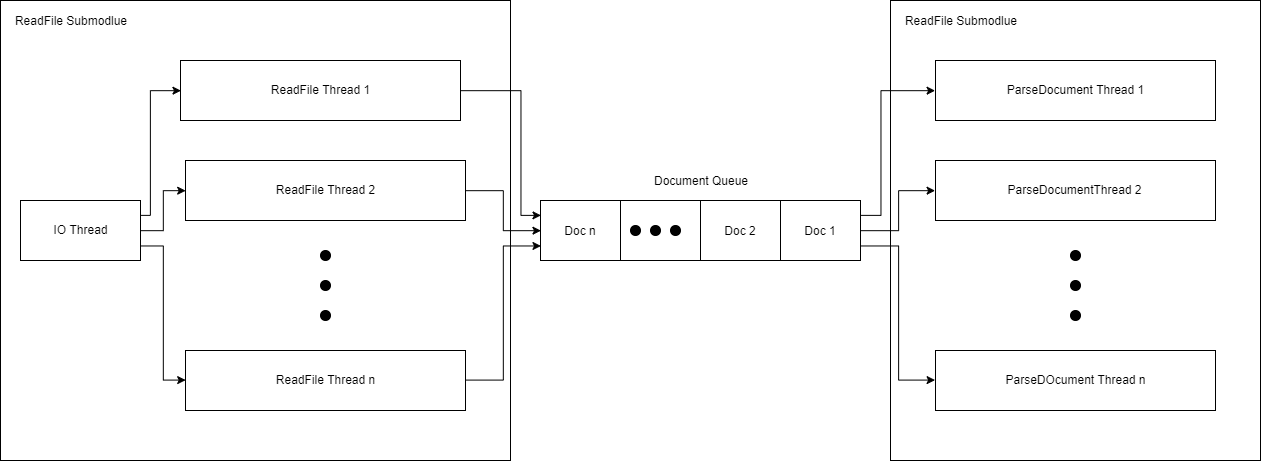
Earlier version of the draw.io export doc/diagrams/Parse Module.png (Zshoham/Scobo-Engine). Source tidied: cells renumbered, new cells last; positions are measured from the earlier drawing's top-left corner, leaving out a move shared by most shapes. Its diagram source:
```xml
<mxGraphModel>
  <root>
    <mxCell id="0" />
    <mxCell id="1" parent="0" />
    <mxCell id="2" style="rounded=0;whiteSpace=wrap;html=1;" parent="1" vertex="1">
      <mxGeometry width="510" height="460" as="geometry" />
    </mxCell>
    <mxCell id="3" value="ReadFile Submodlue" style="text;html=1;strokeColor=none;fillColor=none;align=center;verticalAlign=middle;whiteSpace=wrap;rounded=0;" parent="1" vertex="1">
      <mxGeometry x="10" y="10" width="120" height="20" as="geometry" />
    </mxCell>
    <mxCell id="4" style="edgeStyle=orthogonalEdgeStyle;rounded=0;jettySize=auto;html=1;exitX=1;exitY=0.5;exitDx=0;exitDy=0;entryX=0;entryY=0.25;entryDx=0;entryDy=0;" parent="1" edge="1" source="5" target="21">
      <mxGeometry relative="1" as="geometry">
        <Array as="points">
          <mxPoint x="520" y="90" />
          <mxPoint x="520" y="215" />
        </Array>
      </mxGeometry>
    </mxCell>
    <mxCell id="5" value="ReadFile Thread 1" style="rounded=0;whiteSpace=wrap;html=1;" parent="1" vertex="1">
      <mxGeometry x="180" y="60" width="280" height="60" as="geometry" />
    </mxCell>
    <mxCell id="6" style="edgeStyle=orthogonalEdgeStyle;rounded=0;jettySize=auto;html=1;entryX=0;entryY=0.5;entryDx=0;entryDy=0;" parent="1" edge="1" source="7" target="21">
      <mxGeometry relative="1" as="geometry" />
    </mxCell>
    <mxCell id="7" value="ReadFile Thread 2" style="rounded=0;whiteSpace=wrap;html=1;" parent="1" vertex="1">
      <mxGeometry x="185" y="160" width="280" height="60" as="geometry" />
    </mxCell>
    <mxCell id="8" style="edgeStyle=orthogonalEdgeStyle;rounded=0;jettySize=auto;html=1;entryX=0;entryY=0.75;entryDx=0;entryDy=0;" parent="1" edge="1" source="9" target="21">
      <mxGeometry relative="1" as="geometry" />
    </mxCell>
    <mxCell id="9" value="ReadFile Thread n" style="rounded=0;whiteSpace=wrap;html=1;" parent="1" vertex="1">
      <mxGeometry x="185" y="350" width="280" height="60" as="geometry" />
    </mxCell>
    <mxCell id="10" style="rounded=0;whiteSpace=wrap;html=1;" parent="1" vertex="1">
      <mxGeometry x="890" width="370" height="460" as="geometry" />
    </mxCell>
    <mxCell id="11" value="ReadFile Submodlue" style="text;html=1;strokeColor=none;fillColor=none;align=center;verticalAlign=middle;whiteSpace=wrap;rounded=0;" parent="1" vertex="1">
      <mxGeometry x="900" y="10" width="120" height="20" as="geometry" />
    </mxCell>
    <mxCell id="12" value="ParseDocument Thread 1" style="rounded=0;whiteSpace=wrap;html=1;" parent="1" vertex="1">
      <mxGeometry x="935" y="60" width="280" height="60" as="geometry" />
    </mxCell>
    <mxCell id="13" value="ParseDocumentThread 2" style="rounded=0;whiteSpace=wrap;html=1;" parent="1" vertex="1">
      <mxGeometry x="935" y="160" width="280" height="60" as="geometry" />
    </mxCell>
    <mxCell id="14" value="ParseDOcument Thread n" style="rounded=0;whiteSpace=wrap;html=1;" parent="1" vertex="1">
      <mxGeometry x="935" y="350" width="280" height="60" as="geometry" />
    </mxCell>
    <mxCell id="15" style="ellipse;whiteSpace=wrap;html=1;fillColor=#000000;" parent="1" vertex="1">
      <mxGeometry x="1070" y="250" width="10" height="10" as="geometry" />
    </mxCell>
    <mxCell id="16" style="ellipse;whiteSpace=wrap;html=1;fillColor=#000000;direction=south;" parent="1" vertex="1">
      <mxGeometry x="1070" y="280" width="10" height="10" as="geometry" />
    </mxCell>
    <mxCell id="17" style="ellipse;whiteSpace=wrap;html=1;fillColor=#000000;" parent="1" vertex="1">
      <mxGeometry x="1070" y="310" width="10" height="10" as="geometry" />
    </mxCell>
    <mxCell id="18" style="edgeStyle=orthogonalEdgeStyle;rounded=0;jettySize=auto;html=1;exitX=1;exitY=0.25;exitDx=0;exitDy=0;entryX=0;entryY=0.5;entryDx=0;entryDy=0;" parent="1" edge="1" source="21" target="12">
      <mxGeometry relative="1" as="geometry">
        <Array as="points">
          <mxPoint x="880" y="215" />
          <mxPoint x="880" y="90" />
        </Array>
      </mxGeometry>
    </mxCell>
    <mxCell id="19" style="edgeStyle=orthogonalEdgeStyle;rounded=0;jettySize=auto;html=1;exitX=1;exitY=0.5;exitDx=0;exitDy=0;entryX=0;entryY=0.5;entryDx=0;entryDy=0;" parent="1" edge="1" source="21" target="13">
      <mxGeometry relative="1" as="geometry" />
    </mxCell>
    <mxCell id="20" style="edgeStyle=orthogonalEdgeStyle;rounded=0;jettySize=auto;html=1;exitX=1;exitY=0.75;exitDx=0;exitDy=0;entryX=0;entryY=0.5;entryDx=0;entryDy=0;" parent="1" edge="1" source="21" target="14">
      <mxGeometry relative="1" as="geometry" />
    </mxCell>
    <mxCell id="21" style="rounded=0;whiteSpace=wrap;html=1;fillColor=#FFFFFF;" parent="1" vertex="1">
      <mxGeometry x="540" y="200" width="320" height="60" as="geometry" />
    </mxCell>
    <mxCell id="22" value="Document Queue" style="text;html=1;strokeColor=none;fillColor=none;align=center;verticalAlign=middle;whiteSpace=wrap;rounded=0;" parent="1" vertex="1">
      <mxGeometry x="645" y="170" width="110" height="20" as="geometry" />
    </mxCell>
    <mxCell id="23" style="endArrow=none;html=1;exitX=0.75;exitY=1;exitDx=0;exitDy=0;entryX=0.75;entryY=0;entryDx=0;entryDy=0;" parent="1" edge="1" source="21" target="21">
      <mxGeometry relative="1" as="geometry" />
    </mxCell>
    <mxCell id="24" style="endArrow=none;html=1;exitX=0.5;exitY=1;exitDx=0;exitDy=0;entryX=0.5;entryY=0;entryDx=0;entryDy=0;" parent="1" edge="1" source="21" target="21">
      <mxGeometry relative="1" as="geometry" />
    </mxCell>
    <mxCell id="25" style="endArrow=none;html=1;exitX=0.25;exitY=1;exitDx=0;exitDy=0;entryX=0.25;entryY=0;entryDx=0;entryDy=0;" parent="1" edge="1" source="21" target="21">
      <mxGeometry relative="1" as="geometry" />
    </mxCell>
    <mxCell id="26" style="ellipse;whiteSpace=wrap;html=1;fillColor=#000000;" parent="1" vertex="1">
      <mxGeometry x="630" y="225" width="10" height="10" as="geometry" />
    </mxCell>
    <mxCell id="27" style="ellipse;whiteSpace=wrap;html=1;fillColor=#000000;" parent="1" vertex="1">
      <mxGeometry x="650" y="225" width="10" height="10" as="geometry" />
    </mxCell>
    <mxCell id="28" style="ellipse;whiteSpace=wrap;html=1;fillColor=#000000;" parent="1" vertex="1">
      <mxGeometry x="670" y="225" width="10" height="10" as="geometry" />
    </mxCell>
    <mxCell id="29" style="ellipse;whiteSpace=wrap;html=1;fillColor=#000000;" parent="1" vertex="1">
      <mxGeometry x="320" y="250" width="10" height="10" as="geometry" />
    </mxCell>
    <mxCell id="30" style="ellipse;whiteSpace=wrap;html=1;fillColor=#000000;direction=south;" parent="1" vertex="1">
      <mxGeometry x="320" y="280" width="10" height="10" as="geometry" />
    </mxCell>
    <mxCell id="31" style="ellipse;whiteSpace=wrap;html=1;fillColor=#000000;" parent="1" vertex="1">
      <mxGeometry x="320" y="310" width="10" height="10" as="geometry" />
    </mxCell>
    <mxCell id="32" value="Doc 1" style="text;html=1;strokeColor=none;fillColor=none;align=center;verticalAlign=middle;whiteSpace=wrap;rounded=0;" parent="1" vertex="1">
      <mxGeometry x="800" y="220" width="40" height="20" as="geometry" />
    </mxCell>
    <mxCell id="33" value="Doc 2" style="text;html=1;strokeColor=none;fillColor=none;align=center;verticalAlign=middle;whiteSpace=wrap;rounded=0;" parent="1" vertex="1">
      <mxGeometry x="720" y="220" width="40" height="20" as="geometry" />
    </mxCell>
    <mxCell id="34" value="Doc n" style="text;html=1;strokeColor=none;fillColor=none;align=center;verticalAlign=middle;whiteSpace=wrap;rounded=0;" parent="1" vertex="1">
      <mxGeometry x="560" y="220" width="40" height="20" as="geometry" />
    </mxCell>
    <mxCell id="35" style="edgeStyle=orthogonalEdgeStyle;rounded=0;jettySize=auto;html=1;exitX=1;exitY=0.25;exitDx=0;exitDy=0;entryX=0;entryY=0.5;entryDx=0;entryDy=0;" parent="1" edge="1" source="38" target="5">
      <mxGeometry relative="1" as="geometry">
        <Array as="points">
          <mxPoint x="150" y="215" />
          <mxPoint x="150" y="90" />
        </Array>
      </mxGeometry>
    </mxCell>
    <mxCell id="36" style="edgeStyle=orthogonalEdgeStyle;rounded=0;jettySize=auto;html=1;exitX=1;exitY=0.5;exitDx=0;exitDy=0;entryX=0;entryY=0.5;entryDx=0;entryDy=0;" parent="1" edge="1" source="38" target="7">
      <mxGeometry relative="1" as="geometry" />
    </mxCell>
    <mxCell id="37" style="edgeStyle=orthogonalEdgeStyle;rounded=0;jettySize=auto;html=1;exitX=1;exitY=0.75;exitDx=0;exitDy=0;entryX=0;entryY=0.5;entryDx=0;entryDy=0;" parent="1" edge="1" source="38" target="9">
      <mxGeometry relative="1" as="geometry" />
    </mxCell>
    <mxCell id="38" value="IO Thread" style="rounded=0;whiteSpace=wrap;html=1;" parent="1" vertex="1">
      <mxGeometry x="20" y="200" width="120" height="60" as="geometry" />
    </mxCell>
  </root>
</mxGraphModel>
```
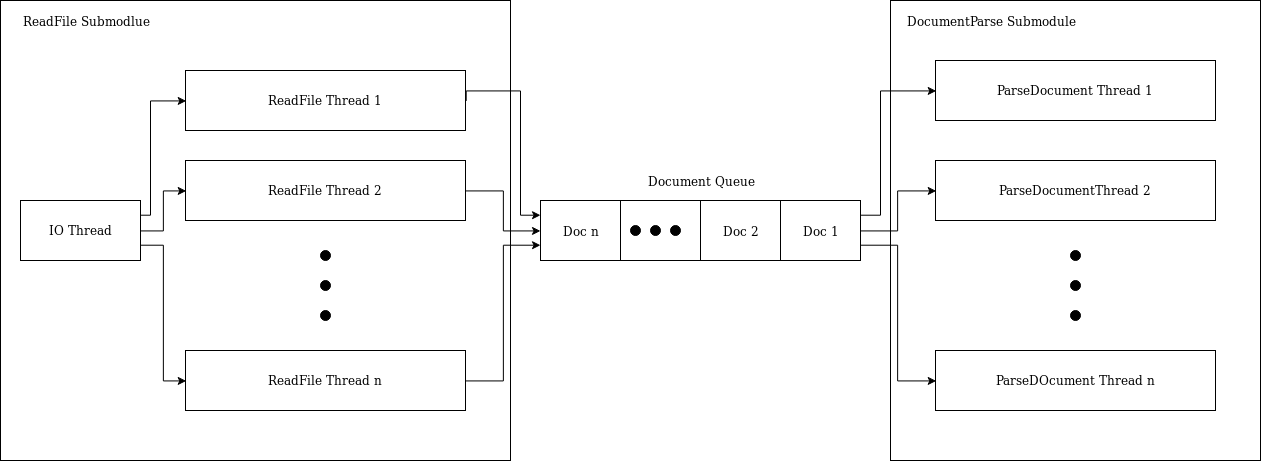
Above is the later version.

Commit message:
fixed typo in parse module diagram

What changed in the source:
```diff
@@ -2,41 +2,41 @@
   <root>
     <mxCell id="0" />
     <mxCell id="1" parent="0" />
-    <mxCell id="2" style="rounded=0;whiteSpace=wrap;html=1;" parent="1" vertex="1">
-      <mxGeometry width="510" height="460" as="geometry" />
-    </mxCell>
-    <mxCell id="3" value="ReadFile Submodlue" style="text;html=1;strokeColor=none;fillColor=none;align=center;verticalAlign=middle;whiteSpace=wrap;rounded=0;" parent="1" vertex="1">
-      <mxGeometry x="10" y="10" width="120" height="20" as="geometry" />
-    </mxCell>
-    <mxCell id="4" style="edgeStyle=orthogonalEdgeStyle;rounded=0;jettySize=auto;html=1;exitX=1;exitY=0.5;exitDx=0;exitDy=0;entryX=0;entryY=0.25;entryDx=0;entryDy=0;" parent="1" edge="1" source="5" target="21">
-      <mxGeometry relative="1" as="geometry">
-        <Array as="points">
-          <mxPoint x="520" y="90" />
-          <mxPoint x="520" y="215" />
-        </Array>
-      </mxGeometry>
-    </mxCell>
+    <mxCell id="39" style="rounded=0;whiteSpace=wrap;html=1;" parent="1" vertex="1">
+      <mxGeometry width="510" height="460" as="geometry" />
+    </mxCell>
+    <mxCell id="40" value="ReadFile Submodlue" style="text;html=1;strokeColor=none;fillColor=none;align=center;verticalAlign=middle;whiteSpace=wrap;rounded=0;" parent="1" vertex="1">
+      <mxGeometry x="10" y="10" width="150" height="20" as="geometry" />
+    </mxCell>
+    <mxCell id="41" style="edgeStyle=orthogonalEdgeStyle;rounded=0;jettySize=auto;html=1;exitX=1;exitY=0.5;exitDx=0;exitDy=0;entryX=0;entryY=0.25;entryDx=0;entryDy=0;" parent="1" edge="1" source="5" target="52">
+      <mxGeometry relative="1" as="geometry">
+        <Array as="points">
+          <mxPoint x="520" y="90" />
+          <mxPoint x="520" y="215" />
+        </Array>
+      </mxGeometry>
+    </mxCell>
     <mxCell id="5" value="ReadFile Thread 1" style="rounded=0;whiteSpace=wrap;html=1;" parent="1" vertex="1">
-      <mxGeometry x="180" y="60" width="280" height="60" as="geometry" />
+      <mxGeometry x="185" y="70" width="280" height="60" as="geometry" />
     </mxCell>
-    <mxCell id="6" style="edgeStyle=orthogonalEdgeStyle;rounded=0;jettySize=auto;html=1;entryX=0;entryY=0.5;entryDx=0;entryDy=0;" parent="1" edge="1" source="7" target="21">
-      <mxGeometry relative="1" as="geometry" />
-    </mxCell>
+    <mxCell id="42" style="edgeStyle=orthogonalEdgeStyle;rounded=0;jettySize=auto;html=1;entryX=0;entryY=0.5;entryDx=0;entryDy=0;" parent="1" edge="1" source="7" target="52">
+      <mxGeometry relative="1" as="geometry" />
+    </mxCell>
     <mxCell id="7" value="ReadFile Thread 2" style="rounded=0;whiteSpace=wrap;html=1;" parent="1" vertex="1">
       <mxGeometry x="185" y="160" width="280" height="60" as="geometry" />
     </mxCell>
-    <mxCell id="8" style="edgeStyle=orthogonalEdgeStyle;rounded=0;jettySize=auto;html=1;entryX=0;entryY=0.75;entryDx=0;entryDy=0;" parent="1" edge="1" source="9" target="21">
-      <mxGeometry relative="1" as="geometry" />
-    </mxCell>
+    <mxCell id="43" style="edgeStyle=orthogonalEdgeStyle;rounded=0;jettySize=auto;html=1;entryX=0;entryY=0.75;entryDx=0;entryDy=0;" parent="1" edge="1" source="9" target="52">
+      <mxGeometry relative="1" as="geometry" />
+    </mxCell>
     <mxCell id="9" value="ReadFile Thread n" style="rounded=0;whiteSpace=wrap;html=1;" parent="1" vertex="1">
       <mxGeometry x="185" y="350" width="280" height="60" as="geometry" />
     </mxCell>
-    <mxCell id="10" style="rounded=0;whiteSpace=wrap;html=1;" parent="1" vertex="1">
-      <mxGeometry x="890" width="370" height="460" as="geometry" />
-    </mxCell>
-    <mxCell id="11" value="ReadFile Submodlue" style="text;html=1;strokeColor=none;fillColor=none;align=center;verticalAlign=middle;whiteSpace=wrap;rounded=0;" parent="1" vertex="1">
-      <mxGeometry x="900" y="10" width="120" height="20" as="geometry" />
-    </mxCell>
+    <mxCell id="44" style="rounded=0;whiteSpace=wrap;html=1;" parent="1" vertex="1">
+      <mxGeometry x="890" width="370" height="460" as="geometry" />
+    </mxCell>
+    <mxCell id="45" value="DocumentParse Submodule" style="text;html=1;strokeColor=none;fillColor=none;align=center;verticalAlign=middle;whiteSpace=wrap;rounded=0;" parent="1" vertex="1">
+      <mxGeometry x="900" y="10" width="180" height="20" as="geometry" />
+    </mxCell>
     <mxCell id="12" value="ParseDocument Thread 1" style="rounded=0;whiteSpace=wrap;html=1;" parent="1" vertex="1">
       <mxGeometry x="935" y="60" width="280" height="60" as="geometry" />
     </mxCell>
@@ -46,62 +46,62 @@
     <mxCell id="14" value="ParseDOcument Thread n" style="rounded=0;whiteSpace=wrap;html=1;" parent="1" vertex="1">
       <mxGeometry x="935" y="350" width="280" height="60" as="geometry" />
     </mxCell>
-    <mxCell id="15" style="ellipse;whiteSpace=wrap;html=1;fillColor=#000000;" parent="1" vertex="1">
-      <mxGeometry x="1070" y="250" width="10" height="10" as="geometry" />
-    </mxCell>
-    <mxCell id="16" style="ellipse;whiteSpace=wrap;html=1;fillColor=#000000;direction=south;" parent="1" vertex="1">
-      <mxGeometry x="1070" y="280" width="10" height="10" as="geometry" />
-    </mxCell>
-    <mxCell id="17" style="ellipse;whiteSpace=wrap;html=1;fillColor=#000000;" parent="1" vertex="1">
-      <mxGeometry x="1070" y="310" width="10" height="10" as="geometry" />
-    </mxCell>
-    <mxCell id="18" style="edgeStyle=orthogonalEdgeStyle;rounded=0;jettySize=auto;html=1;exitX=1;exitY=0.25;exitDx=0;exitDy=0;entryX=0;entryY=0.5;entryDx=0;entryDy=0;" parent="1" edge="1" source="21" target="12">
-      <mxGeometry relative="1" as="geometry">
-        <Array as="points">
-          <mxPoint x="880" y="215" />
-          <mxPoint x="880" y="90" />
-        </Array>
-      </mxGeometry>
-    </mxCell>
-    <mxCell id="19" style="edgeStyle=orthogonalEdgeStyle;rounded=0;jettySize=auto;html=1;exitX=1;exitY=0.5;exitDx=0;exitDy=0;entryX=0;entryY=0.5;entryDx=0;entryDy=0;" parent="1" edge="1" source="21" target="13">
-      <mxGeometry relative="1" as="geometry" />
-    </mxCell>
-    <mxCell id="20" style="edgeStyle=orthogonalEdgeStyle;rounded=0;jettySize=auto;html=1;exitX=1;exitY=0.75;exitDx=0;exitDy=0;entryX=0;entryY=0.5;entryDx=0;entryDy=0;" parent="1" edge="1" source="21" target="14">
-      <mxGeometry relative="1" as="geometry" />
-    </mxCell>
-    <mxCell id="21" style="rounded=0;whiteSpace=wrap;html=1;fillColor=#FFFFFF;" parent="1" vertex="1">
-      <mxGeometry x="540" y="200" width="320" height="60" as="geometry" />
-    </mxCell>
+    <mxCell id="46" style="ellipse;whiteSpace=wrap;html=1;fillColor=#000000;" parent="1" vertex="1">
+      <mxGeometry x="1070" y="250" width="10" height="10" as="geometry" />
+    </mxCell>
+    <mxCell id="47" style="ellipse;whiteSpace=wrap;html=1;fillColor=#000000;direction=south;" parent="1" vertex="1">
+      <mxGeometry x="1070" y="280" width="10" height="10" as="geometry" />
+    </mxCell>
+    <mxCell id="48" style="ellipse;whiteSpace=wrap;html=1;fillColor=#000000;" parent="1" vertex="1">
+      <mxGeometry x="1070" y="310" width="10" height="10" as="geometry" />
+    </mxCell>
+    <mxCell id="49" style="edgeStyle=orthogonalEdgeStyle;rounded=0;jettySize=auto;html=1;exitX=1;exitY=0.25;exitDx=0;exitDy=0;entryX=0;entryY=0.5;entryDx=0;entryDy=0;" parent="1" edge="1" source="52" target="12">
+      <mxGeometry relative="1" as="geometry">
+        <Array as="points">
+          <mxPoint x="880" y="215" />
+          <mxPoint x="880" y="90" />
+        </Array>
+      </mxGeometry>
+    </mxCell>
+    <mxCell id="50" style="edgeStyle=orthogonalEdgeStyle;rounded=0;jettySize=auto;html=1;exitX=1;exitY=0.5;exitDx=0;exitDy=0;entryX=0;entryY=0.5;entryDx=0;entryDy=0;" parent="1" edge="1" source="52" target="13">
+      <mxGeometry relative="1" as="geometry" />
+    </mxCell>
+    <mxCell id="51" style="edgeStyle=orthogonalEdgeStyle;rounded=0;jettySize=auto;html=1;exitX=1;exitY=0.75;exitDx=0;exitDy=0;entryX=0;entryY=0.5;entryDx=0;entryDy=0;" parent="1" edge="1" source="52" target="14">
+      <mxGeometry relative="1" as="geometry" />
+    </mxCell>
+    <mxCell id="52" style="rounded=0;whiteSpace=wrap;html=1;fillColor=#FFFFFF;" parent="1" vertex="1">
+      <mxGeometry x="540" y="200" width="320" height="60" as="geometry" />
+    </mxCell>
     <mxCell id="22" value="Document Queue" style="text;html=1;strokeColor=none;fillColor=none;align=center;verticalAlign=middle;whiteSpace=wrap;rounded=0;" parent="1" vertex="1">
       <mxGeometry x="645" y="170" width="110" height="20" as="geometry" />
     </mxCell>
-    <mxCell id="23" style="endArrow=none;html=1;exitX=0.75;exitY=1;exitDx=0;exitDy=0;entryX=0.75;entryY=0;entryDx=0;entryDy=0;" parent="1" edge="1" source="21" target="21">
-      <mxGeometry relative="1" as="geometry" />
-    </mxCell>
-    <mxCell id="24" style="endArrow=none;html=1;exitX=0.5;exitY=1;exitDx=0;exitDy=0;entryX=0.5;entryY=0;entryDx=0;entryDy=0;" parent="1" edge="1" source="21" target="21">
-      <mxGeometry relative="1" as="geometry" />
-    </mxCell>
-    <mxCell id="25" style="endArrow=none;html=1;exitX=0.25;exitY=1;exitDx=0;exitDy=0;entryX=0.25;entryY=0;entryDx=0;entryDy=0;" parent="1" edge="1" source="21" target="21">
-      <mxGeometry relative="1" as="geometry" />
-    </mxCell>
-    <mxCell id="26" style="ellipse;whiteSpace=wrap;html=1;fillColor=#000000;" parent="1" vertex="1">
-      <mxGeometry x="630" y="225" width="10" height="10" as="geometry" />
-    </mxCell>
-    <mxCell id="27" style="ellipse;whiteSpace=wrap;html=1;fillColor=#000000;" parent="1" vertex="1">
-      <mxGeometry x="650" y="225" width="10" height="10" as="geometry" />
-    </mxCell>
-    <mxCell id="28" style="ellipse;whiteSpace=wrap;html=1;fillColor=#000000;" parent="1" vertex="1">
-      <mxGeometry x="670" y="225" width="10" height="10" as="geometry" />
-    </mxCell>
-    <mxCell id="29" style="ellipse;whiteSpace=wrap;html=1;fillColor=#000000;" parent="1" vertex="1">
-      <mxGeometry x="320" y="250" width="10" height="10" as="geometry" />
-    </mxCell>
-    <mxCell id="30" style="ellipse;whiteSpace=wrap;html=1;fillColor=#000000;direction=south;" parent="1" vertex="1">
-      <mxGeometry x="320" y="280" width="10" height="10" as="geometry" />
-    </mxCell>
-    <mxCell id="31" style="ellipse;whiteSpace=wrap;html=1;fillColor=#000000;" parent="1" vertex="1">
-      <mxGeometry x="320" y="310" width="10" height="10" as="geometry" />
-    </mxCell>
+    <mxCell id="53" style="endArrow=none;html=1;exitX=0.75;exitY=1;exitDx=0;exitDy=0;entryX=0.75;entryY=0;entryDx=0;entryDy=0;" parent="1" edge="1" source="52" target="52">
+      <mxGeometry relative="1" as="geometry" />
+    </mxCell>
+    <mxCell id="54" style="endArrow=none;html=1;exitX=0.5;exitY=1;exitDx=0;exitDy=0;entryX=0.5;entryY=0;entryDx=0;entryDy=0;" parent="1" edge="1" source="52" target="52">
+      <mxGeometry relative="1" as="geometry" />
+    </mxCell>
+    <mxCell id="55" style="endArrow=none;html=1;exitX=0.25;exitY=1;exitDx=0;exitDy=0;entryX=0.25;entryY=0;entryDx=0;entryDy=0;" parent="1" edge="1" source="52" target="52">
+      <mxGeometry relative="1" as="geometry" />
+    </mxCell>
+    <mxCell id="56" style="ellipse;whiteSpace=wrap;html=1;fillColor=#000000;" parent="1" vertex="1">
+      <mxGeometry x="630" y="225" width="10" height="10" as="geometry" />
+    </mxCell>
+    <mxCell id="57" style="ellipse;whiteSpace=wrap;html=1;fillColor=#000000;" parent="1" vertex="1">
+      <mxGeometry x="650" y="225" width="10" height="10" as="geometry" />
+    </mxCell>
+    <mxCell id="58" style="ellipse;whiteSpace=wrap;html=1;fillColor=#000000;" parent="1" vertex="1">
+      <mxGeometry x="670" y="225" width="10" height="10" as="geometry" />
+    </mxCell>
+    <mxCell id="59" style="ellipse;whiteSpace=wrap;html=1;fillColor=#000000;" parent="1" vertex="1">
+      <mxGeometry x="320" y="250" width="10" height="10" as="geometry" />
+    </mxCell>
+    <mxCell id="60" style="ellipse;whiteSpace=wrap;html=1;fillColor=#000000;direction=south;" parent="1" vertex="1">
+      <mxGeometry x="320" y="280" width="10" height="10" as="geometry" />
+    </mxCell>
+    <mxCell id="61" style="ellipse;whiteSpace=wrap;html=1;fillColor=#000000;" parent="1" vertex="1">
+      <mxGeometry x="320" y="310" width="10" height="10" as="geometry" />
+    </mxCell>
     <mxCell id="32" value="Doc 1" style="text;html=1;strokeColor=none;fillColor=none;align=center;verticalAlign=middle;whiteSpace=wrap;rounded=0;" parent="1" vertex="1">
       <mxGeometry x="800" y="220" width="40" height="20" as="geometry" />
     </mxCell>
@@ -115,7 +115,7 @@
       <mxGeometry relative="1" as="geometry">
         <Array as="points">
           <mxPoint x="150" y="215" />
-          <mxPoint x="150" y="90" />
+          <mxPoint x="150" y="100" />
         </Array>
       </mxGeometry>
     </mxCell>
```
